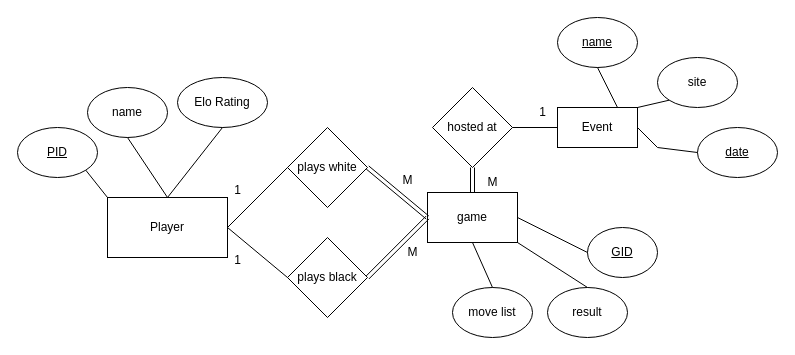
Before: CS6016/Untitled Diagram.drawio in Branden-Frieden/MSD, a draw.io diagram. Source tidied: cells renumbered, new cells numbered last; positions are measured from the earlier drawing's top-left corner, leaving out a move shared by most shapes. Both pictures are drawn from the tidied source at 100%, with x=0, y=0 at pixel (17, 17).
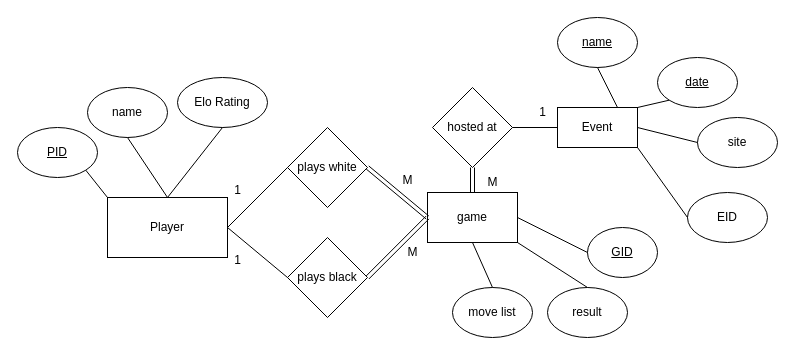
The same diagram, later.

Unchanged cells that the change refers to:
```xml
<mxCell id="9" value="Event" style="rounded=0;whiteSpace=wrap;html=1;" parent="1" vertex="1">
  <mxGeometry x="540" y="90" width="80" height="40" as="geometry" />
</mxCell>
```

The edit, as a diff of the source:
```diff
@@
-    <mxCell id="11" value="site" style="ellipse;whiteSpace=wrap;html=1;" parent="1" vertex="1">
+    <mxCell id="11" value="&lt;u&gt;date&lt;/u&gt;" style="ellipse;whiteSpace=wrap;html=1;" parent="1" vertex="1">
       <mxGeometry x="640" y="40" width="80" height="50" as="geometry" />
     </mxCell>
-    <mxCell id="12" value="&lt;u&gt;date&lt;/u&gt;" style="ellipse;whiteSpace=wrap;html=1;" parent="1" vertex="1">
-      <mxGeometry x="680" y="110" width="80" height="50" as="geometry" />
+    <mxCell id="12" value="site" style="ellipse;whiteSpace=wrap;html=1;" parent="1" vertex="1">
+      <mxGeometry x="680" y="100" width="80" height="50" as="geometry" />
     </mxCell>
     <mxCell id="13" style="endArrow=none;html=1;rounded=0;entryX=0;entryY=0.5;entryDx=0;entryDy=0;exitX=1;exitY=0.5;exitDx=0;exitDy=0;" parent="1" edge="1" source="9" target="12">
-      <mxGeometry relative="1" as="geometry">
-        <Array as="points">
-          <mxPoint x="640" y="130" />
-        </Array>
-      </mxGeometry>
+      <mxGeometry relative="1" as="geometry" />
     </mxCell>
@@
+    <mxCell id="38" value="EID" style="ellipse;whiteSpace=wrap;html=1;" parent="1" vertex="1">
+      <mxGeometry x="670" y="175" width="80" height="50" as="geometry" />
+    </mxCell>
+    <mxCell id="39" style="endArrow=none;html=1;rounded=0;entryX=0;entryY=0.5;entryDx=0;entryDy=0;exitX=1;exitY=1;exitDx=0;exitDy=0;" parent="1" edge="1" source="9" target="38">
+      <mxGeometry relative="1" as="geometry" />
+    </mxCell>
```
